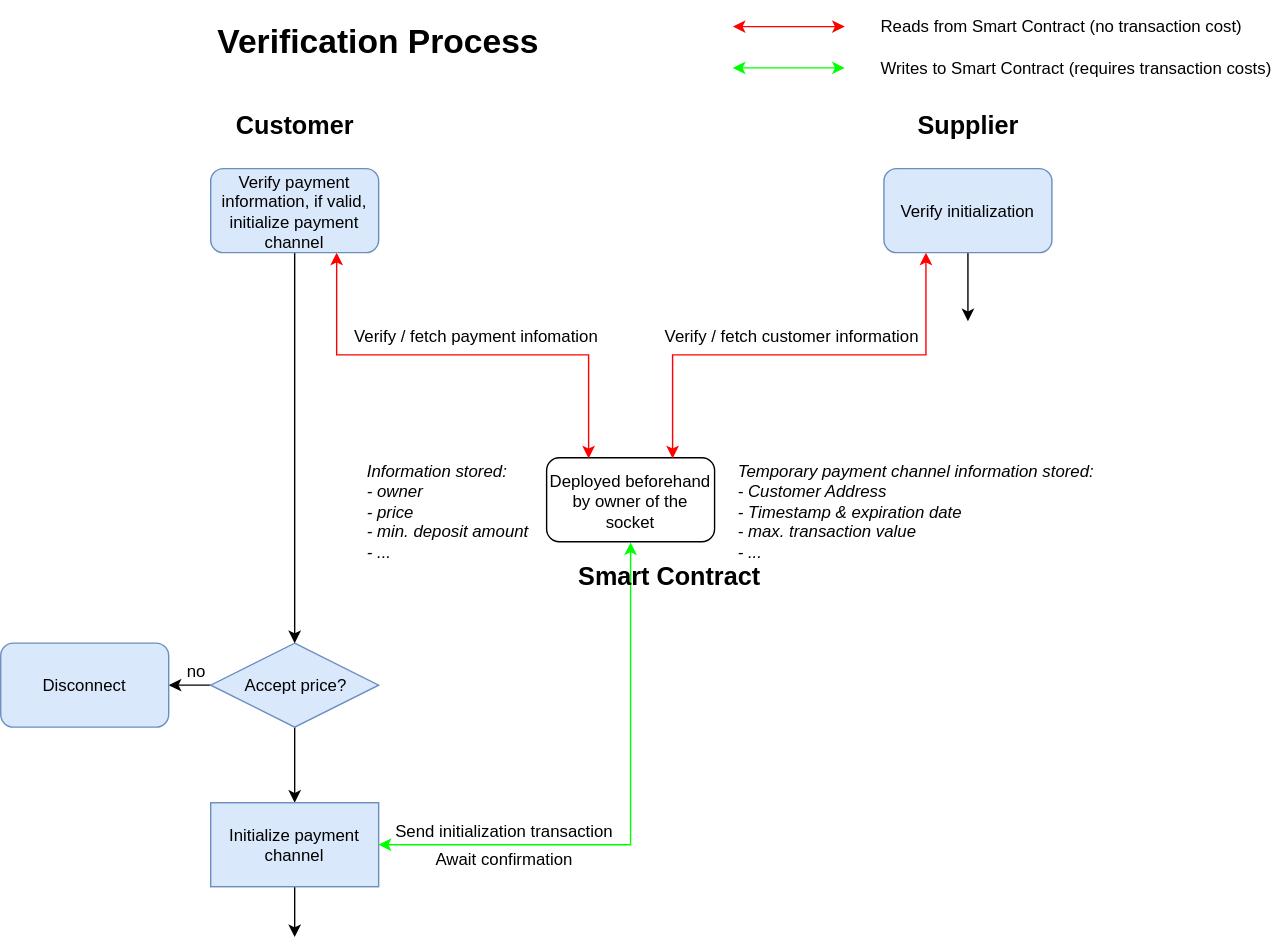
This is flowcharts/Plug-Socket-verification_process.svg from gretzke/Blockchain-Based-Smart-Outlet, a draw.io export, as it was before one commit. Source tidied: cells renumbered, new cells last; positions are measured from the earlier drawing's top-left corner, leaving out a move shared by most shapes.
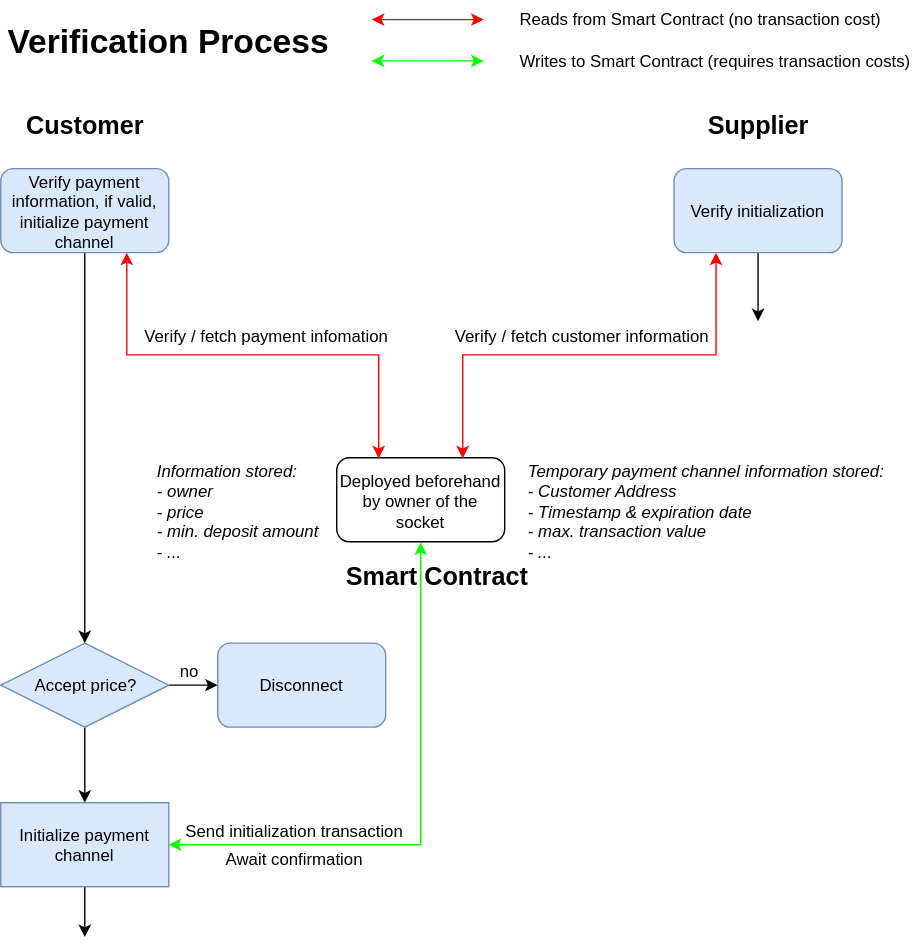
The same file after the commit.

What changed in the source:
```diff
@@ -8,17 +8,17 @@
     <mxCell id="3" value="&lt;i&gt;Information stored:&lt;br&gt;- owner&lt;br&gt;- price&lt;br&gt;- min. deposit amount&lt;br&gt;- ...&lt;br&gt;&lt;br&gt;&lt;/i&gt;" style="text;html=1;align=left;verticalAlign=top;spacingTop=-4;" parent="1" vertex="1">
       <mxGeometry x="260" y="317.5" width="130" height="90" as="geometry" />
     </mxCell>
+    <mxCell id="5" style="edgeStyle=orthogonalEdgeStyle;rounded=0;jettySize=auto;html=1;exitX=0.5;exitY=1;exitDx=0;exitDy=0;entryX=0.5;entryY=0;entryDx=0;entryDy=0;startArrow=none;startFill=0;endArrow=classic;endFill=1;strokeColor=#000000;" parent="1" edge="1" source="6" target="10">
+      <mxGeometry relative="1" as="geometry" />
+    </mxCell>
-    <mxCell id="4" style="edgeStyle=orthogonalEdgeStyle;rounded=0;jettySize=auto;html=1;exitX=0;exitY=0.5;exitDx=0;exitDy=0;entryX=1;entryY=0.5;entryDx=0;entryDy=0;startArrow=none;startFill=0;endArrow=classic;endFill=1;strokeColor=#000000;" parent="1" edge="1" source="6" target="7">
+    <mxCell id="4" style="edgeStyle=orthogonalEdgeStyle;rounded=0;jettySize=auto;html=1;exitX=1;exitY=0.5;exitDx=0;exitDy=0;entryX=0;entryY=0.5;entryDx=0;entryDy=0;" parent="1" edge="1" source="6" target="7">
       <mxGeometry relative="1" as="geometry" />
     </mxCell>
-    <mxCell id="5" style="edgeStyle=orthogonalEdgeStyle;rounded=0;jettySize=auto;html=1;exitX=0.5;exitY=1;exitDx=0;exitDy=0;entryX=0.5;entryY=0;entryDx=0;entryDy=0;startArrow=none;startFill=0;endArrow=classic;endFill=1;strokeColor=#000000;" parent="1" edge="1" source="6" target="10">
-      <mxGeometry relative="1" as="geometry" />
-    </mxCell>
     <mxCell id="6" value="Accept price?" style="rhombus;whiteSpace=wrap;html=1;fillColor=#dae8fc;strokeColor=#6c8ebf;" parent="1" vertex="1">
       <mxGeometry x="150" y="450" width="120" height="60" as="geometry" />
     </mxCell>
     <mxCell id="7" value="Disconnect" style="rounded=1;whiteSpace=wrap;html=1;fillColor=#dae8fc;strokeColor=#6c8ebf;" parent="1" vertex="1">
-      <mxGeometry y="450" width="120" height="60" as="geometry" />
+      <mxGeometry x="305" y="450" width="120" height="60" as="geometry" />
     </mxCell>
     <mxCell id="8" style="edgeStyle=orthogonalEdgeStyle;rounded=0;jettySize=auto;html=1;exitX=1;exitY=0.5;exitDx=0;exitDy=0;entryX=0.5;entryY=1;entryDx=0;entryDy=0;startArrow=classic;startFill=1;endArrow=classic;endFill=1;strokeColor=#00FF00;" parent="1" edge="1" source="10" target="2">
       <mxGeometry relative="1" as="geometry" />
@@ -35,28 +35,28 @@
       <mxGeometry x="525" y="317.5" width="270" height="90" as="geometry" />
     </mxCell>
     <mxCell id="12" value="no&lt;br&gt;" style="text;html=1;strokeColor=none;fillColor=none;align=center;verticalAlign=middle;whiteSpace=wrap;rounded=0;" parent="1" vertex="1">
-      <mxGeometry x="120" y="460" width="40" height="20" as="geometry" />
+      <mxGeometry x="265" y="460" width="40" height="20" as="geometry" />
     </mxCell>
     <mxCell id="13" value="&lt;h1&gt;Verification Process&lt;/h1&gt;" style="text;html=1;strokeColor=none;fillColor=none;align=center;verticalAlign=middle;whiteSpace=wrap;rounded=0;" parent="1" vertex="1">
       <mxGeometry x="150" y="10" width="240" height="20" as="geometry" />
     </mxCell>
     <mxCell id="14" style="endArrow=classic;startArrow=classic;html=1;strokeColor=#FF0000;" parent="1" edge="1">
       <mxGeometry relative="1" as="geometry">
-        <mxPoint x="523" y="9.5" as="sourcePoint" />
-        <mxPoint x="603" y="9.5" as="targetPoint" />
+        <mxPoint x="415" y="4.5" as="sourcePoint" />
+        <mxPoint x="495" y="4.5" as="targetPoint" />
       </mxGeometry>
     </mxCell>
     <mxCell id="15" style="endArrow=classic;startArrow=classic;html=1;strokeColor=#00FF00;" parent="1" edge="1">
       <mxGeometry relative="1" as="geometry">
-        <mxPoint x="523" y="39" as="sourcePoint" />
-        <mxPoint x="603" y="39" as="targetPoint" />
+        <mxPoint x="415" y="34" as="sourcePoint" />
+        <mxPoint x="495" y="34" as="targetPoint" />
       </mxGeometry>
     </mxCell>
     <mxCell id="16" value="&lt;span&gt;Reads from Smart Contract (no transaction cost)&lt;/span&gt;" style="text;html=1;align=left;verticalAlign=top;spacingTop=-4;" parent="1" vertex="1">
-      <mxGeometry x="626.5" width="270" height="20" as="geometry" />
+      <mxGeometry x="518.5" y="-5" width="270" height="20" as="geometry" />
     </mxCell>
     <mxCell id="17" value="&lt;span&gt;Writes to Smart Contract (requires transaction costs)&lt;/span&gt;" style="text;html=1;align=left;verticalAlign=top;spacingTop=-4;" parent="1" vertex="1">
-      <mxGeometry x="626.5" y="30" width="290" height="20" as="geometry" />
+      <mxGeometry x="518.5" y="25" width="290" height="20" as="geometry" />
     </mxCell>
     <mxCell id="18" value="&lt;b&gt;&lt;font style=&quot;font-size: 18px&quot;&gt;Customer&lt;/font&gt;&lt;/b&gt;&lt;br&gt;" style="text;html=1;strokeColor=none;fillColor=none;align=center;verticalAlign=middle;whiteSpace=wrap;rounded=0;" parent="1" vertex="1">
       <mxGeometry x="190" y="70" width="40" height="20" as="geometry" />
@@ -97,7 +97,7 @@
       <mxGeometry x="305" y="594" width="110" height="20" as="geometry" />
     </mxCell>
     <mxCell id="30" value="&lt;font style=&quot;font-size: 18px&quot;&gt;&lt;b&gt;Smart Contract&lt;/b&gt;&lt;/font&gt;" style="text;html=1;strokeColor=none;fillColor=none;align=center;verticalAlign=middle;whiteSpace=wrap;rounded=0;" parent="1" vertex="1">
-      <mxGeometry x="402" y="392.5" width="150" height="20" as="geometry" />
+      <mxGeometry x="386" y="392.5" width="150" height="20" as="geometry" />
     </mxCell>
   </root>
 </mxGraphModel>
```
